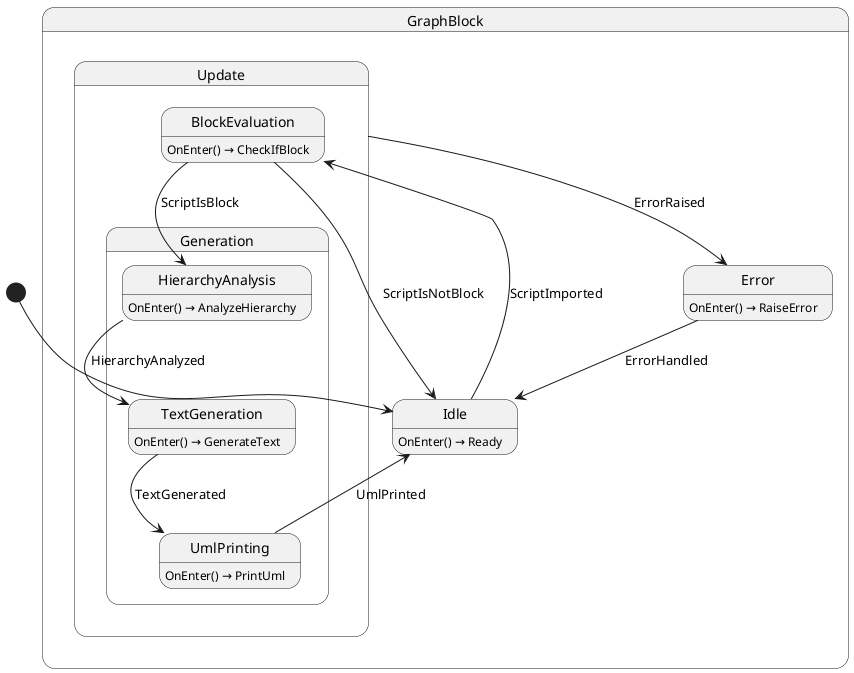
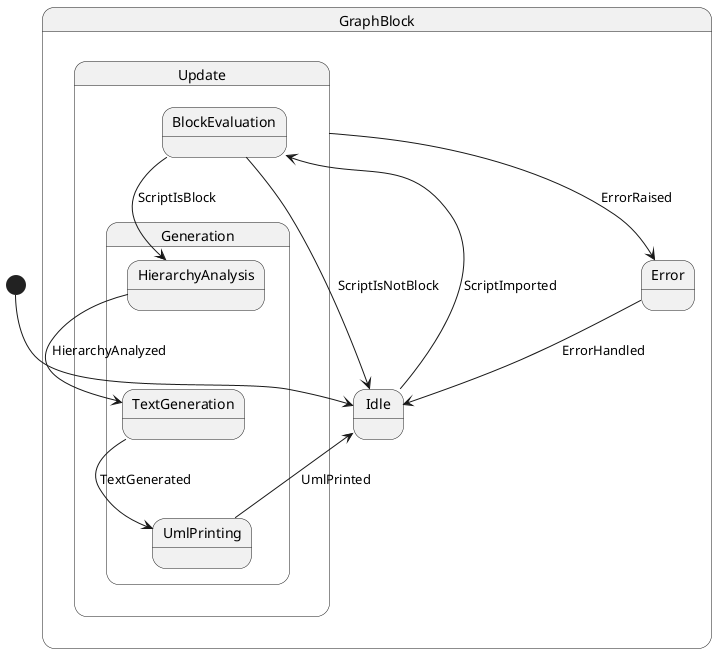
@startuml GraphBlock
state "GraphBlock" as Maze_StateFoundry_Editor_GraphBlock {
  state "Idle" as Maze_StateFoundry_Editor_GraphBlock_Idle {
  }
  state "Update" as Maze_StateFoundry_Editor_GraphBlock_Update {
    state "BlockEvaluation" as Maze_StateFoundry_Editor_GraphBlock_Update_BlockEvaluation {
    }
    state "Generation" as Maze_StateFoundry_Editor_GraphBlock_Update_Generation {
      state "HierarchyAnalysis" as Maze_StateFoundry_Editor_GraphBlock_Update_Generation_HierarchyAnalysis {
      }
      state "TextGeneration" as Maze_StateFoundry_Editor_GraphBlock_Update_Generation_TextGeneration {
      }
      state "UmlPrinting" as Maze_StateFoundry_Editor_GraphBlock_Update_Generation_UmlPrinting {
      }
    }
  }
  state "Error" as Maze_StateFoundry_Editor_GraphBlock_Error {
  }
}
Maze_StateFoundry_Editor_GraphBlock_Idle --> Maze_StateFoundry_Editor_GraphBlock_Update_BlockEvaluation : ScriptImported
Maze_StateFoundry_Editor_GraphBlock_Update_BlockEvaluation --> Maze_StateFoundry_Editor_GraphBlock_Idle : ScriptIsNotBlock
Maze_StateFoundry_Editor_GraphBlock_Update_BlockEvaluation --> Maze_StateFoundry_Editor_GraphBlock_Update_Generation_HierarchyAnalysis : ScriptIsBlock
Maze_StateFoundry_Editor_GraphBlock_Update --> Maze_StateFoundry_Editor_GraphBlock_Error : ErrorRaised
Maze_StateFoundry_Editor_GraphBlock_Error --> Maze_StateFoundry_Editor_GraphBlock_Idle : ErrorHandled
Maze_StateFoundry_Editor_GraphBlock_Update_Generation_HierarchyAnalysis --> Maze_StateFoundry_Editor_GraphBlock_Update_Generation_TextGeneration : HierarchyAnalyzed
Maze_StateFoundry_Editor_GraphBlock_Update_Generation_TextGeneration --> Maze_StateFoundry_Editor_GraphBlock_Update_Generation_UmlPrinting : TextGenerated
Maze_StateFoundry_Editor_GraphBlock_Update_Generation_UmlPrinting --> Maze_StateFoundry_Editor_GraphBlock_Idle : UmlPrinted
- Maze_StateFoundry_Editor_GraphBlock_Idle : OnEnter() → Ready
- Maze_StateFoundry_Editor_GraphBlock_Update_BlockEvaluation : OnEnter() → CheckIfBlock
- Maze_StateFoundry_Editor_GraphBlock_Error : OnEnter() → RaiseError
- Maze_StateFoundry_Editor_GraphBlock_Update_Generation_HierarchyAnalysis : OnEnter() → AnalyzeHierarchy
- Maze_StateFoundry_Editor_GraphBlock_Update_Generation_TextGeneration : OnEnter() → GenerateText
- Maze_StateFoundry_Editor_GraphBlock_Update_Generation_UmlPrinting : OnEnter() → PrintUml
[*] --> Maze_StateFoundry_Editor_GraphBlock_Idle
@enduml
